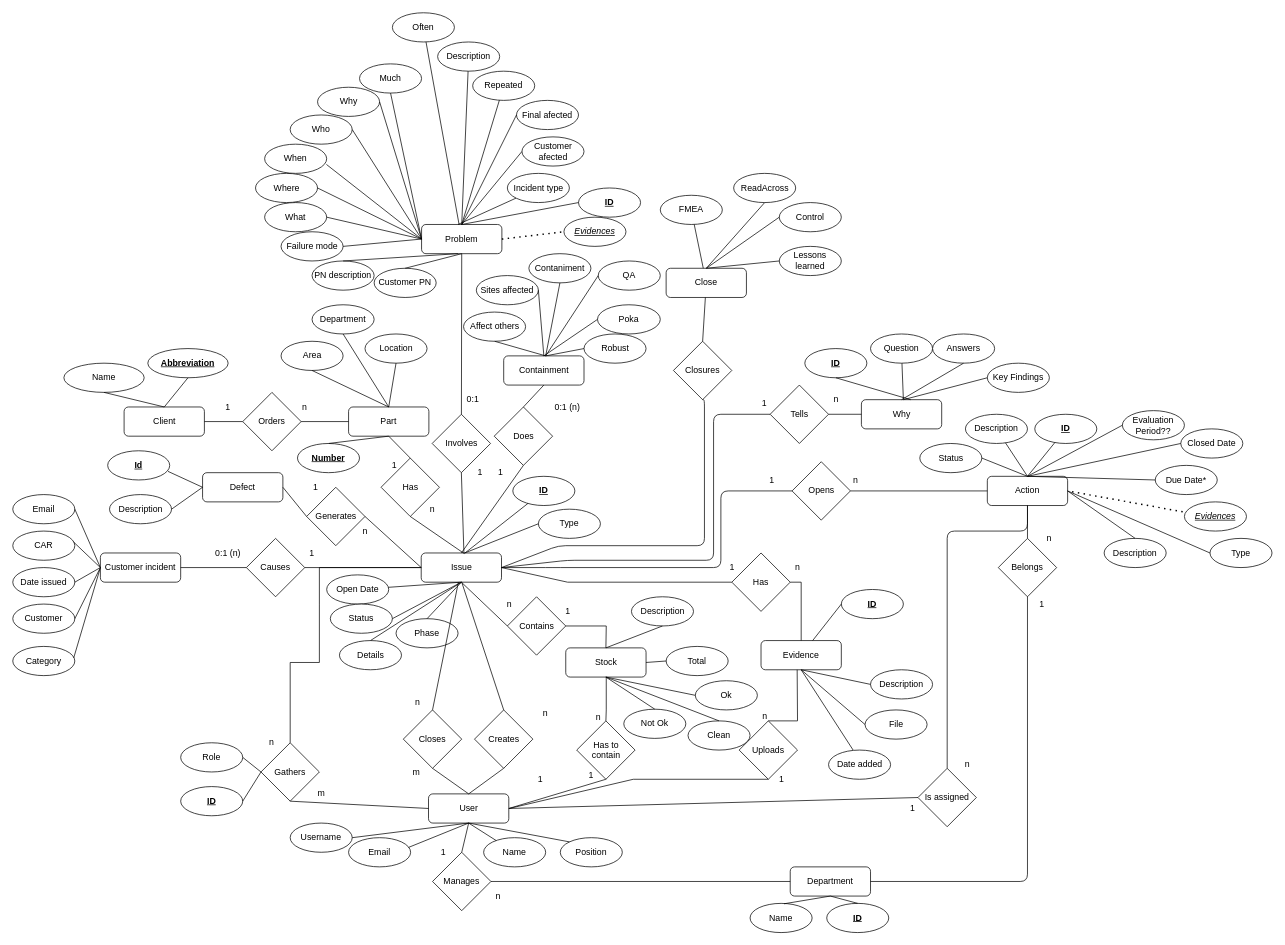
Above: api/db/model/EntityRelationshipDiagram.drawio in FFahrenheit/ScrapActionListAPI (draw.io), before the change. Source tidied: cells renumbered, new cells numbered last; positions are measured from the earlier drawing's top-left corner, leaving out a move shared by most shapes. Both pictures are drawn from the tidied source at 73%, with x=0, y=0 at pixel (12, 12).
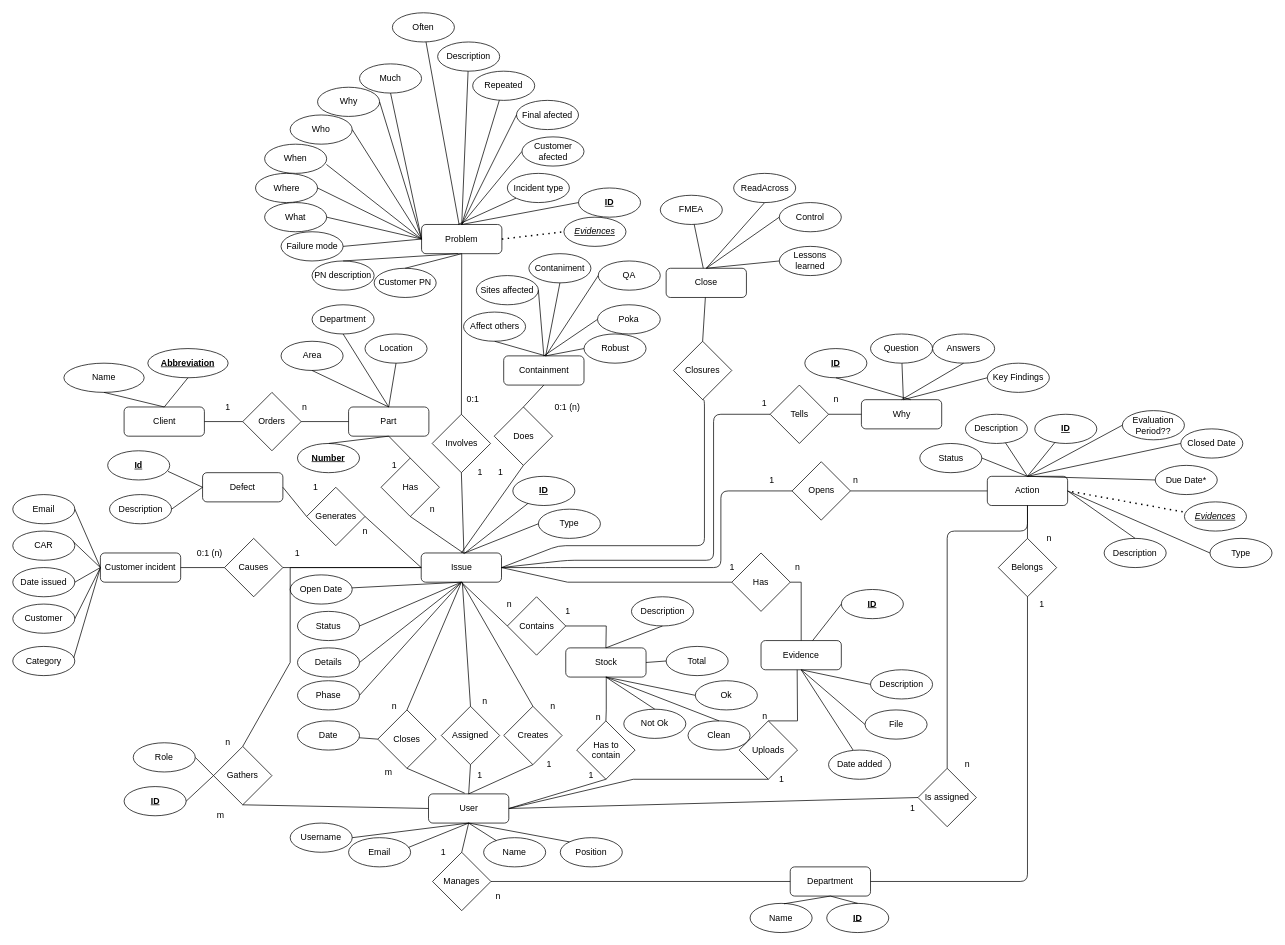
Above is the later version.

Unchanged cells that the change refers to:
```xml
<mxCell id="22" value="Issue" style="rounded=1;whiteSpace=wrap;html=1;" parent="1" vertex="1">
  <mxGeometry x="559.5" y="740" width="110" height="40" as="geometry" />
</mxCell>
<mxCell id="35" value="User" style="rounded=1;whiteSpace=wrap;html=1;" parent="1" vertex="1">
  <mxGeometry x="569.5" y="1070" width="110" height="40" as="geometry" />
</mxCell>
```

The edit, as a diff of the source:
```diff
@@
     <mxCell id="80" value="Open Date" style="ellipse;whiteSpace=wrap;html=1;" parent="1" vertex="1">
-      <mxGeometry x="430" y="770" width="85" height="40" as="geometry" />
+      <mxGeometry x="380" y="770" width="85" height="40" as="geometry" />
     </mxCell>
@@
     <mxCell id="88" value="Details" style="ellipse;whiteSpace=wrap;html=1;" parent="1" vertex="1">
-      <mxGeometry x="447.5" y="860" width="85" height="40" as="geometry" />
+      <mxGeometry x="390" y="870" width="85" height="40" as="geometry" />
     </mxCell>
-    <mxCell id="89" style="endArrow=none;html=1;rounded=0;entryX=0.5;entryY=1;entryDx=0;entryDy=0;exitX=0.5;exitY=0;exitDx=0;exitDy=0;" parent="1" edge="1" source="88" target="22">
+    <mxCell id="89" style="endArrow=none;html=1;rounded=0;entryX=0.5;entryY=1;entryDx=0;entryDy=0;exitX=1;exitY=0.5;exitDx=0;exitDy=0;" parent="1" edge="1" source="88" target="22">
       <mxGeometry relative="1" as="geometry" />
     </mxCell>
     <mxCell id="90" value="Status" style="ellipse;whiteSpace=wrap;html=1;" parent="1" vertex="1">
-      <mxGeometry x="435" y="810" width="85" height="40" as="geometry" />
+      <mxGeometry x="390" y="820" width="85" height="40" as="geometry" />
     </mxCell>
@@
     <mxCell id="94" value="Gathers" style="rhombus;whiteSpace=wrap;html=1;" parent="1" vertex="1">
-      <mxGeometry x="340" y="1000" width="80" height="80" as="geometry" />
+      <mxGeometry x="275" y="1005" width="80" height="80" as="geometry" />
     </mxCell>
     <mxCell id="95" style="endArrow=none;html=1;rounded=0;entryX=0;entryY=0.5;entryDx=0;entryDy=0;exitX=0.5;exitY=0;exitDx=0;exitDy=0;" parent="1" edge="1" source="94" target="22">
       <mxGeometry relative="1" as="geometry">
         <Array as="points">
           <mxPoint x="380" y="890" />
-          <mxPoint x="420" y="890" />
-          <mxPoint x="420" y="810" />
-          <mxPoint x="420" y="760" />
+          <mxPoint x="380" y="810" />
+          <mxPoint x="380" y="760" />
         </Array>
       </mxGeometry>
     </mxCell>
@@
     <mxCell id="97" value="n" style="text;html=1;strokeColor=none;fillColor=none;align=center;verticalAlign=middle;whiteSpace=wrap;rounded=0;" parent="1" vertex="1">
-      <mxGeometry x="335" y="990" width="40" height="20" as="geometry" />
+      <mxGeometry x="275" y="990" width="40" height="20" as="geometry" />
     </mxCell>
     <mxCell id="98" value="m" style="text;html=1;strokeColor=none;fillColor=none;align=center;verticalAlign=middle;whiteSpace=wrap;rounded=0;" parent="1" vertex="1">
-      <mxGeometry x="402.5" y="1060" width="40" height="20" as="geometry" />
+      <mxGeometry x="265" y="1090" width="40" height="20" as="geometry" />
     </mxCell>
     <mxCell id="99" value="Role" style="ellipse;whiteSpace=wrap;html=1;" parent="1" vertex="1">
-      <mxGeometry x="230" y="1000" width="85" height="40" as="geometry" />
+      <mxGeometry x="165" y="1000" width="85" height="40" as="geometry" />
     </mxCell>
@@
     <mxCell id="101" value="&lt;b&gt;&lt;u&gt;ID&lt;/u&gt;&lt;/b&gt;" style="ellipse;whiteSpace=wrap;html=1;" parent="1" vertex="1">
-      <mxGeometry x="230" y="1060" width="85" height="40" as="geometry" />
+      <mxGeometry x="152.5" y="1060" width="85" height="40" as="geometry" />
     </mxCell>
@@
     <mxCell id="103" value="Causes" style="rhombus;whiteSpace=wrap;html=1;" parent="1" vertex="1">
-      <mxGeometry x="320" y="720" width="80" height="80" as="geometry" />
+      <mxGeometry x="290" y="720" width="80" height="80" as="geometry" />
     </mxCell>
@@
     <mxCell id="115" value="1" style="text;html=1;strokeColor=none;fillColor=none;align=center;verticalAlign=middle;whiteSpace=wrap;rounded=0;" parent="1" vertex="1">
-      <mxGeometry x="390" y="730" width="40" height="20" as="geometry" />
+      <mxGeometry x="370" y="730" width="40" height="20" as="geometry" />
     </mxCell>
     <mxCell id="116" value="0:1 (n)" style="text;html=1;strokeColor=none;fillColor=none;align=center;verticalAlign=middle;whiteSpace=wrap;rounded=0;" parent="1" vertex="1">
-      <mxGeometry x="275" y="730" width="40" height="20" as="geometry" />
+      <mxGeometry x="250" y="730" width="40" height="20" as="geometry" />
     </mxCell>
@@
     <mxCell id="243" value="Phase" style="ellipse;whiteSpace=wrap;html=1;" parent="1" vertex="1">
-      <mxGeometry x="525" y="830" width="85" height="40" as="geometry" />
+      <mxGeometry x="390" y="915" width="85" height="40" as="geometry" />
     </mxCell>
-    <mxCell id="244" style="endArrow=none;html=1;rounded=0;entryX=0.5;entryY=1;entryDx=0;entryDy=0;exitX=0.5;exitY=0;exitDx=0;exitDy=0;" parent="1" edge="1" source="243" target="22">
+    <mxCell id="244" style="endArrow=none;html=1;rounded=0;entryX=0.5;entryY=1;entryDx=0;entryDy=0;exitX=1;exitY=0.5;exitDx=0;exitDy=0;" parent="1" edge="1" source="243" target="22">
       <mxGeometry relative="1" as="geometry" />
     </mxCell>
     <mxCell id="245" value="Creates" style="rhombus;whiteSpace=wrap;html=1;" parent="1" vertex="1">
-      <mxGeometry x="632.5" y="955" width="80" height="80" as="geometry" />
+      <mxGeometry x="672.5" y="950" width="80" height="80" as="geometry" />
     </mxCell>
     <mxCell id="246" value="n" style="text;html=1;strokeColor=none;fillColor=none;align=center;verticalAlign=middle;whiteSpace=wrap;rounded=0;" parent="1" vertex="1">
-      <mxGeometry x="710" y="950" width="40" height="20" as="geometry" />
+      <mxGeometry x="720" y="940" width="40" height="20" as="geometry" />
     </mxCell>
     <mxCell id="247" value="1" style="text;html=1;strokeColor=none;fillColor=none;align=center;verticalAlign=middle;whiteSpace=wrap;rounded=0;" parent="1" vertex="1">
-      <mxGeometry x="702.5" y="1040" width="40" height="20" as="geometry" />
+      <mxGeometry x="715" y="1020" width="40" height="20" as="geometry" />
     </mxCell>
@@
-    <mxCell id="256" value="Closes" style="rhombus;whiteSpace=wrap;html=1;" parent="1" vertex="1">
-      <mxGeometry x="535" y="955" width="80" height="80" as="geometry" />
+    <mxCell id="256" value="Assigned" style="rhombus;whiteSpace=wrap;html=1;" parent="1" vertex="1">
+      <mxGeometry x="587" y="950" width="80" height="80" as="geometry" />
     </mxCell>
@@
     <mxCell id="259" value="n" style="text;html=1;strokeColor=none;fillColor=none;align=center;verticalAlign=middle;whiteSpace=wrap;rounded=0;" parent="1" vertex="1">
-      <mxGeometry x="534.5" y="935" width="40" height="20" as="geometry" />
+      <mxGeometry x="627" y="934" width="40" height="20" as="geometry" />
     </mxCell>
     <mxCell id="260" value="m" style="text;html=1;strokeColor=none;fillColor=none;align=center;verticalAlign=middle;whiteSpace=wrap;rounded=0;" parent="1" vertex="1">
-      <mxGeometry x="532.5" y="1030" width="40" height="20" as="geometry" />
+      <mxGeometry x="495" y="1030" width="40" height="20" as="geometry" />
     </mxCell>
+    <mxCell id="261" value="Closes" style="rhombus;whiteSpace=wrap;html=1;" parent="1" vertex="1">
+      <mxGeometry x="500" y="955" width="80" height="80" as="geometry" />
+    </mxCell>
+    <mxCell id="262" style="endArrow=none;html=1;rounded=0;entryX=0.5;entryY=1;entryDx=0;entryDy=0;exitX=0.5;exitY=0;exitDx=0;exitDy=0;" parent="1" edge="1" source="261" target="22">
+      <mxGeometry relative="1" as="geometry" />
+    </mxCell>
+    <mxCell id="263" style="endArrow=none;html=1;rounded=0;entryX=0.5;entryY=1;entryDx=0;entryDy=0;exitX=0.45;exitY=-0.025;exitDx=0;exitDy=0;exitPerimeter=0;" parent="1" edge="1" source="35" target="261">
+      <mxGeometry relative="1" as="geometry" />
+    </mxCell>
+    <mxCell id="264" value="1" style="text;html=1;strokeColor=none;fillColor=none;align=center;verticalAlign=middle;whiteSpace=wrap;rounded=0;" parent="1" vertex="1">
+      <mxGeometry x="620" y="1035" width="40" height="20" as="geometry" />
+    </mxCell>
+    <mxCell id="265" value="n" style="text;html=1;strokeColor=none;fillColor=none;align=center;verticalAlign=middle;whiteSpace=wrap;rounded=0;" parent="1" vertex="1">
+      <mxGeometry x="502.5" y="940" width="40" height="20" as="geometry" />
+    </mxCell>
+    <mxCell id="266" value="Date" style="ellipse;whiteSpace=wrap;html=1;" parent="1" vertex="1">
+      <mxGeometry x="390" y="970" width="85" height="40" as="geometry" />
+    </mxCell>
+    <mxCell id="267" style="endArrow=none;html=1;rounded=0;exitX=0;exitY=0.5;exitDx=0;exitDy=0;" parent="1" edge="1" source="261" target="266">
+      <mxGeometry relative="1" as="geometry" />
+    </mxCell>
```
